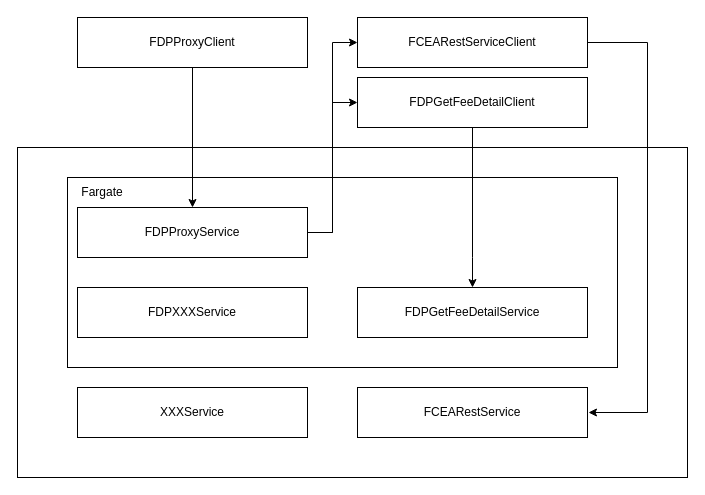
The draw.io diagram FDPShadowTestOP1.drawio in wang2gua/test, before the edit. Source tidied: cells renumbered, new cells numbered last; positions are measured from the earlier drawing's top-left corner, leaving out a move shared by most shapes. Both pictures are drawn from the tidied source at 100%, with x=0, y=0 at pixel (17, 17).
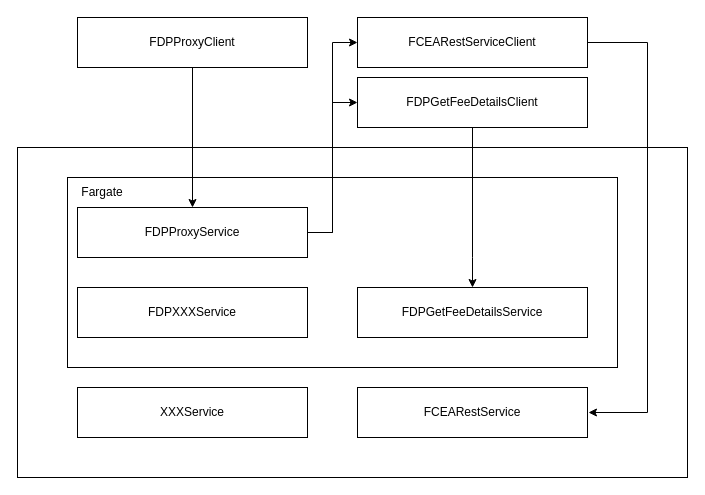
The same page after the edit.

The edit, as a diff of the source:
```diff
@@
-    <mxCell id="8" value="FDPGetFeeDetailService" style="rounded=0;whiteSpace=wrap;html=1;" parent="1" vertex="1">
+    <mxCell id="8" value="FDPGetFeeDetailsService" style="rounded=0;whiteSpace=wrap;html=1;" parent="1" vertex="1">
       <mxGeometry x="340" y="270" width="230" height="50" as="geometry" />
     </mxCell>
@@
-    <mxCell id="18" value="FDPGetFeeDetailClient" style="rounded=0;whiteSpace=wrap;html=1;" parent="1" vertex="1">
+    <mxCell id="18" value="FDPGetFeeDetailsClient" style="rounded=0;whiteSpace=wrap;html=1;" parent="1" vertex="1">
       <mxGeometry x="340" y="60" width="230" height="50" as="geometry" />
     </mxCell>
```
